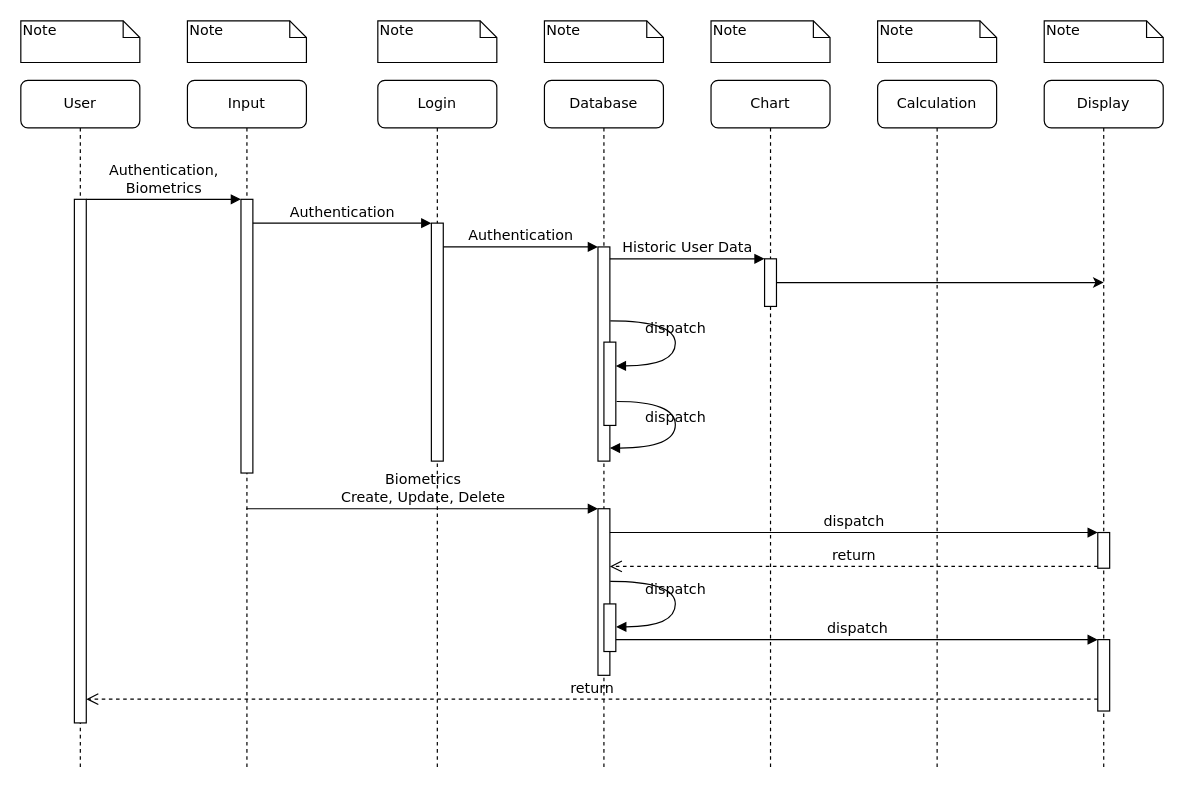
Above: Documentation/Event trace v1.drawio in CMSC495-Group4/health-monitoring-project (draw.io), before the change. Source tidied: cells renumbered, new cells numbered last; positions are measured from the earlier drawing's top-left corner, leaving out a move shared by most shapes. Both pictures are drawn from the tidied source at 119%, with x=0, y=0 at pixel (20, 20).
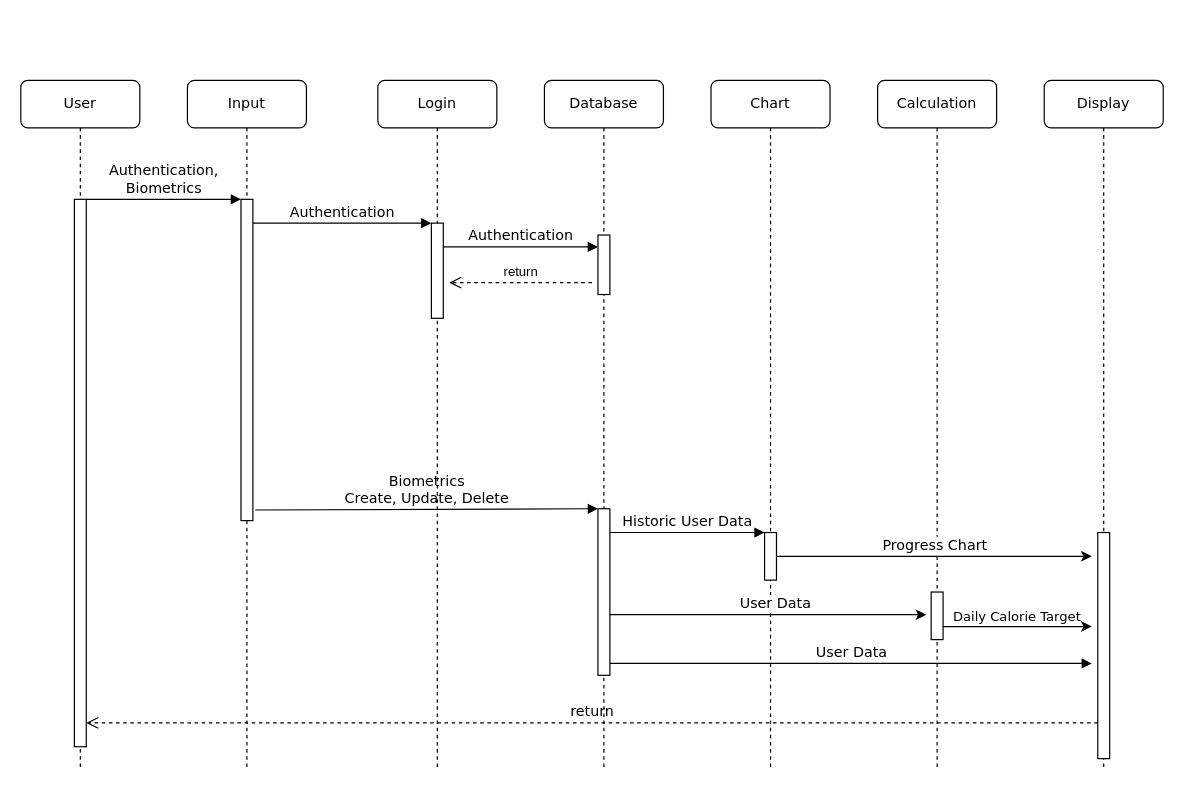
The same page after the edit.

The change refers to these unchanged cells:
```xml
<mxCell id="2" value="Input" style="shape=umlLifeline;perimeter=lifelinePerimeter;whiteSpace=wrap;html=1;outlineConnect=0;rounded=1;shadow=0;comic=0;labelBackgroundColor=none;strokeWidth=1;fontFamily=Verdana;fontSize=12;align=center;" parent="1" vertex="1">
  <mxGeometry x="140" y="50" width="100" height="580" as="geometry" />
</mxCell>
<mxCell id="4" value="Login" style="shape=umlLifeline;perimeter=lifelinePerimeter;whiteSpace=wrap;html=1;rounded=1;shadow=0;comic=0;labelBackgroundColor=none;strokeWidth=1;fontFamily=Verdana;fontSize=12;align=center;" parent="1" vertex="1">
  <mxGeometry x="300" y="50" width="100" height="580" as="geometry" />
</mxCell>
<mxCell id="6" value="Database" style="shape=umlLifeline;perimeter=lifelinePerimeter;whiteSpace=wrap;html=1;rounded=1;shadow=0;comic=0;labelBackgroundColor=none;strokeWidth=1;fontFamily=Verdana;fontSize=12;align=center;" parent="1" vertex="1">
  <mxGeometry x="440" y="50" width="100" height="580" as="geometry" />
</mxCell>
<mxCell id="8" value="Calculation" style="shape=umlLifeline;perimeter=lifelinePerimeter;whiteSpace=wrap;html=1;rounded=1;shadow=0;comic=0;labelBackgroundColor=none;strokeWidth=1;fontFamily=Verdana;fontSize=12;align=center;" parent="1" vertex="1">
  <mxGeometry x="720" y="50" width="100" height="580" as="geometry" />
</mxCell>
<mxCell id="9" value="Display" style="shape=umlLifeline;perimeter=lifelinePerimeter;whiteSpace=wrap;html=1;outlineConnect=0;rounded=1;shadow=0;comic=0;labelBackgroundColor=none;strokeWidth=1;fontFamily=Verdana;fontSize=12;align=center;" parent="1" vertex="1">
  <mxGeometry x="860" y="50" width="100" height="580" as="geometry" />
</mxCell>
<mxCell id="11" value="User" style="shape=umlLifeline;perimeter=lifelinePerimeter;whiteSpace=wrap;html=1;rounded=1;shadow=0;comic=0;labelBackgroundColor=none;strokeWidth=1;fontFamily=Verdana;fontSize=12;align=center;" parent="1" vertex="1">
  <mxGeometry y="50" width="100" height="580" as="geometry" />
</mxCell>
<mxCell id="18" style="html=1;points=[];perimeter=orthogonalPerimeter;rounded=0;shadow=0;comic=0;labelBackgroundColor=none;strokeWidth=1;fontFamily=Verdana;fontSize=12;align=center;" parent="1" vertex="1">
  <mxGeometry x="485" y="410" width="10" height="140" as="geometry" />
</mxCell>
```

Diff of the diagram source:
```diff
@@
     <mxCell id="3" style="html=1;points=[];perimeter=orthogonalPerimeter;rounded=0;shadow=0;comic=0;labelBackgroundColor=none;strokeWidth=1;fontFamily=Verdana;fontSize=12;align=center;" parent="2" vertex="1">
-      <mxGeometry x="45" y="100" width="10" height="230" as="geometry" />
+      <mxGeometry x="45" y="100" width="10" height="270" as="geometry" />
     </mxCell>
@@
     <mxCell id="5" style="html=1;points=[];perimeter=orthogonalPerimeter;rounded=0;shadow=0;comic=0;labelBackgroundColor=none;strokeWidth=1;fontFamily=Verdana;fontSize=12;align=center;" parent="4" vertex="1">
-      <mxGeometry x="45" y="120" width="10" height="200" as="geometry" />
+      <mxGeometry x="45" y="120" width="10" height="80" as="geometry" />
     </mxCell>
@@
+    <mxCell id="13" style="html=1;points=[];perimeter=orthogonalPerimeter;rounded=0;shadow=0;comic=0;labelBackgroundColor=none;strokeWidth=1;fontFamily=Verdana;fontSize=12;align=center;" parent="6" vertex="1">
+      <mxGeometry x="45" y="130" width="10" height="50" as="geometry" />
+    </mxCell>
@@
+    <mxCell id="39" style="html=1;points=[];perimeter=orthogonalPerimeter;rounded=0;shadow=0;comic=0;labelBackgroundColor=none;strokeWidth=1;fontFamily=Verdana;fontSize=12;align=center;" parent="8" vertex="1">
+      <mxGeometry x="45" y="430" width="10" height="40" as="geometry" />
+    </mxCell>
@@
     <mxCell id="10" style="html=1;points=[];perimeter=orthogonalPerimeter;rounded=0;shadow=0;comic=0;labelBackgroundColor=none;strokeWidth=1;fontFamily=Verdana;fontSize=12;align=center;" parent="9" vertex="1">
-      <mxGeometry x="45" y="470" width="10" height="60" as="geometry" />
+      <mxGeometry x="45" y="380" width="10" height="190" as="geometry" />
     </mxCell>
@@
     <mxCell id="12" style="html=1;points=[];perimeter=orthogonalPerimeter;rounded=0;shadow=0;comic=0;labelBackgroundColor=none;strokeWidth=1;fontFamily=Verdana;fontSize=12;align=center;" parent="11" vertex="1">
-      <mxGeometry x="45" y="100" width="10" height="440" as="geometry" />
+      <mxGeometry x="45" y="100" width="10" height="460" as="geometry" />
     </mxCell>
-    <mxCell id="13" style="html=1;points=[];perimeter=orthogonalPerimeter;rounded=0;shadow=0;comic=0;labelBackgroundColor=none;strokeWidth=1;fontFamily=Verdana;fontSize=12;align=center;" parent="1" vertex="1">
-      <mxGeometry x="485" y="190" width="10" height="180" as="geometry" />
-    </mxCell>
@@
-    <mxCell id="15" style="edgeStyle=orthogonalEdgeStyle;rounded=0;jettySize=auto;html=1;entryX=0.5;entryY=0.293;entryDx=0;entryDy=0;entryPerimeter=0;" parent="1" edge="1" source="16" target="9">
-      <mxGeometry relative="1" as="geometry" />
-    </mxCell>
     <mxCell id="16" style="html=1;points=[];perimeter=orthogonalPerimeter;rounded=0;shadow=0;comic=0;labelBackgroundColor=none;strokeWidth=1;fontFamily=Verdana;fontSize=12;align=center;" parent="1" vertex="1">
-      <mxGeometry x="625" y="200" width="10" height="40" as="geometry" />
+      <mxGeometry x="625" y="430" width="10" height="40" as="geometry" />
     </mxCell>
-    <mxCell id="17" value="Historic User Data" style="html=1;verticalAlign=bottom;endArrow=block;entryX=0;entryY=0;labelBackgroundColor=none;fontFamily=Verdana;fontSize=12;edgeStyle=elbowEdgeStyle;elbow=vertical;" parent="1" edge="1" source="13" target="16">
-      <mxGeometry relative="1" as="geometry" />
-    </mxCell>
@@
-    <mxCell id="19" value="Biometrics&lt;br&gt;Create, Update, Delete" style="html=1;verticalAlign=bottom;endArrow=block;entryX=0;entryY=0;labelBackgroundColor=none;fontFamily=Verdana;fontSize=12;" parent="1" edge="1" source="2" target="18">
+    <mxCell id="19" value="Biometrics&lt;br&gt;Create, Update, Delete" style="html=1;verticalAlign=bottom;endArrow=block;entryX=0;entryY=0;labelBackgroundColor=none;fontFamily=Verdana;fontSize=12;exitX=1.2;exitY=0.967;exitDx=0;exitDy=0;exitPerimeter=0;" parent="1" edge="1" source="3" target="18">
       <mxGeometry relative="1" as="geometry" />
     </mxCell>
-    <mxCell id="20" style="html=1;points=[];perimeter=orthogonalPerimeter;rounded=0;shadow=0;comic=0;labelBackgroundColor=none;strokeColor=#000000;strokeWidth=1;fillColor=#FFFFFF;fontFamily=Verdana;fontSize=12;fontColor=#000000;align=center;" parent="1" vertex="1">
-      <mxGeometry x="905" y="430" width="10" height="30" as="geometry" />
-    </mxCell>
-    <mxCell id="21" value="dispatch" style="html=1;verticalAlign=bottom;endArrow=block;entryX=0;entryY=0;labelBackgroundColor=none;fontFamily=Verdana;fontSize=12;" parent="1" edge="1" source="18" target="20">
-      <mxGeometry relative="1" as="geometry" />
-    </mxCell>
-    <mxCell id="22" value="return" style="html=1;verticalAlign=bottom;endArrow=open;dashed=1;endSize=8;exitX=0;exitY=0.95;labelBackgroundColor=none;fontFamily=Verdana;fontSize=12;" parent="1" edge="1" source="20" target="18">
-      <mxGeometry relative="1" as="geometry" />
-    </mxCell>
-    <mxCell id="23" value="dispatch" style="html=1;verticalAlign=bottom;endArrow=block;entryX=0;entryY=0;labelBackgroundColor=none;fontFamily=Verdana;fontSize=12;edgeStyle=elbowEdgeStyle;elbow=vertical;" parent="1" edge="1" source="30" target="10">
-      <mxGeometry relative="1" as="geometry" />
-    </mxCell>
     <mxCell id="24" value="return" style="html=1;verticalAlign=bottom;endArrow=open;dashed=1;endSize=8;labelBackgroundColor=none;fontFamily=Verdana;fontSize=12;edgeStyle=elbowEdgeStyle;elbow=vertical;" parent="1" edge="1" source="10" target="12">
       <mxGeometry relative="1" as="geometry">
         <Array as="points">
+          <mxPoint x="850" y="590" />
+          <mxPoint x="590" y="580" />
           <mxPoint x="470" y="570" />
         </Array>
       </mxGeometry>
     </mxCell>
@@
-    <mxCell id="27" style="html=1;points=[];perimeter=orthogonalPerimeter;rounded=0;shadow=0;comic=0;labelBackgroundColor=none;strokeWidth=1;fontFamily=Verdana;fontSize=12;align=center;" parent="1" vertex="1">
-      <mxGeometry x="490" y="270" width="10" height="70" as="geometry" />
-    </mxCell>
-    <mxCell id="28" value="dispatch" style="html=1;verticalAlign=bottom;endArrow=block;labelBackgroundColor=none;fontFamily=Verdana;fontSize=12;elbow=vertical;edgeStyle=orthogonalEdgeStyle;curved=1;entryX=1;entryY=0.286;entryPerimeter=0;exitX=1.038;exitY=0.345;exitPerimeter=0;" parent="1" edge="1" source="13" target="27">
-      <mxGeometry relative="1" as="geometry">
-        <Array as="points">
-          <mxPoint x="550" y="252" />
-          <mxPoint x="550" y="290" />
-        </Array>
-      </mxGeometry>
-    </mxCell>
-    <mxCell id="29" value="dispatch" style="html=1;verticalAlign=bottom;endArrow=block;labelBackgroundColor=none;fontFamily=Verdana;fontSize=12;elbow=vertical;edgeStyle=orthogonalEdgeStyle;curved=1;exitX=1.066;exitY=0.713;exitPerimeter=0;" parent="1" edge="1" source="27">
-      <mxGeometry relative="1" as="geometry">
-        <mxPoint x="495" y="359" as="targetPoint" />
-        <Array as="points">
-          <mxPoint x="550" y="320" />
-          <mxPoint x="550" y="359" />
-        </Array>
-      </mxGeometry>
-    </mxCell>
-    <mxCell id="30" style="html=1;points=[];perimeter=orthogonalPerimeter;rounded=0;shadow=0;comic=0;labelBackgroundColor=none;strokeWidth=1;fontFamily=Verdana;fontSize=12;align=center;" parent="1" vertex="1">
-      <mxGeometry x="490" y="490" width="10" height="40" as="geometry" />
-    </mxCell>
-    <mxCell id="31" value="dispatch" style="html=1;verticalAlign=bottom;endArrow=block;labelBackgroundColor=none;fontFamily=Verdana;fontSize=12;elbow=vertical;edgeStyle=orthogonalEdgeStyle;curved=1;entryX=1;entryY=0.286;entryPerimeter=0;exitX=1.038;exitY=0.345;exitPerimeter=0;" parent="1" edge="1">
-      <mxGeometry relative="1" as="geometry">
-        <mxPoint x="495.3" y="471" as="sourcePoint" />
-        <mxPoint x="500.3" y="509.3" as="targetPoint" />
-        <Array as="points">
-          <mxPoint x="550" y="471" />
-          <mxPoint x="550" y="509" />
-        </Array>
-      </mxGeometry>
-    </mxCell>
-    <mxCell id="32" value="Note" style="shape=note;whiteSpace=wrap;html=1;size=14;verticalAlign=top;align=left;spacingTop=-6;rounded=0;shadow=0;comic=0;labelBackgroundColor=none;strokeWidth=1;fontFamily=Verdana;fontSize=12;" parent="1" vertex="1">
-      <mxGeometry width="100" height="35" as="geometry" />
-    </mxCell>
-    <mxCell id="33" value="Note" style="shape=note;whiteSpace=wrap;html=1;size=14;verticalAlign=top;align=left;spacingTop=-6;rounded=0;shadow=0;comic=0;labelBackgroundColor=none;strokeWidth=1;fontFamily=Verdana;fontSize=12;" parent="1" vertex="1">
-      <mxGeometry x="140" width="100" height="35" as="geometry" />
-    </mxCell>
-    <mxCell id="34" value="Note" style="shape=note;whiteSpace=wrap;html=1;size=14;verticalAlign=top;align=left;spacingTop=-6;rounded=0;shadow=0;comic=0;labelBackgroundColor=none;strokeWidth=1;fontFamily=Verdana;fontSize=12;" parent="1" vertex="1">
-      <mxGeometry x="300" width="100" height="35" as="geometry" />
-    </mxCell>
-    <mxCell id="35" value="Note" style="shape=note;whiteSpace=wrap;html=1;size=14;verticalAlign=top;align=left;spacingTop=-6;rounded=0;shadow=0;comic=0;labelBackgroundColor=none;strokeWidth=1;fontFamily=Verdana;fontSize=12;" parent="1" vertex="1">
-      <mxGeometry x="440" width="100" height="35" as="geometry" />
-    </mxCell>
-    <mxCell id="36" value="Note" style="shape=note;whiteSpace=wrap;html=1;size=14;verticalAlign=top;align=left;spacingTop=-6;rounded=0;shadow=0;comic=0;labelBackgroundColor=none;strokeWidth=1;fontFamily=Verdana;fontSize=12;" parent="1" vertex="1">
-      <mxGeometry x="580" width="100" height="35" as="geometry" />
-    </mxCell>
-    <mxCell id="37" value="Note" style="shape=note;whiteSpace=wrap;html=1;size=14;verticalAlign=top;align=left;spacingTop=-6;rounded=0;shadow=0;comic=0;labelBackgroundColor=none;strokeWidth=1;fontFamily=Verdana;fontSize=12;" parent="1" vertex="1">
-      <mxGeometry x="720" width="100" height="35" as="geometry" />
-    </mxCell>
-    <mxCell id="38" value="Note" style="shape=note;whiteSpace=wrap;html=1;size=14;verticalAlign=top;align=left;spacingTop=-6;rounded=0;shadow=0;comic=0;labelBackgroundColor=none;strokeWidth=1;fontFamily=Verdana;fontSize=12;" parent="1" vertex="1">
-      <mxGeometry x="860" width="100" height="35" as="geometry" />
-    </mxCell>
+    <mxCell id="40" style="edgeStyle=orthogonalEdgeStyle;rounded=0;orthogonalLoop=1;jettySize=auto;html=1;" parent="1" edge="1">
+      <mxGeometry relative="1" as="geometry">
+        <mxPoint x="495" y="499" as="sourcePoint" />
+        <mxPoint x="761" y="499" as="targetPoint" />
+        <Array as="points">
+          <mxPoint x="560" y="499" />
+          <mxPoint x="560" y="499" />
+        </Array>
+      </mxGeometry>
+    </mxCell>
+    <mxCell id="41" value="&lt;font face=&quot;Verdana&quot; style=&quot;font-size: 12px&quot;&gt;User Data&lt;/font&gt;" style="edgeLabel;html=1;align=center;verticalAlign=middle;" parent="40" vertex="1">
+      <mxGeometry x="-0.18" relative="1" as="geometry">
+        <mxPoint x="29" y="-9.9" as="offset" />
+      </mxGeometry>
+    </mxCell>
+    <mxCell id="42" style="edgeStyle=orthogonalEdgeStyle;rounded=0;jettySize=auto;html=1;exitX=1;exitY=0.725;exitDx=0;exitDy=0;exitPerimeter=0;" parent="1" edge="1" source="39">
+      <mxGeometry relative="1" as="geometry">
+        <mxPoint x="900" y="509" as="targetPoint" />
+        <Array as="points">
+          <mxPoint x="870" y="509" />
+          <mxPoint x="870" y="509" />
+        </Array>
+      </mxGeometry>
+    </mxCell>
+    <mxCell id="43" value="&lt;font face=&quot;Verdana&quot; style=&quot;font-size: 11px&quot;&gt;Daily Calorie Target&lt;/font&gt;" style="edgeLabel;html=1;align=center;verticalAlign=middle;" parent="42" vertex="1">
+      <mxGeometry x="-0.18" relative="1" as="geometry">
+        <mxPoint x="10" y="-9" as="offset" />
+      </mxGeometry>
+    </mxCell>
+    <mxCell id="44" style="edgeStyle=orthogonalEdgeStyle;rounded=0;orthogonalLoop=1;jettySize=auto;html=1;" parent="1" edge="1">
+      <mxGeometry relative="1" as="geometry">
+        <mxPoint x="635" y="450" as="sourcePoint" />
+        <mxPoint x="900" y="450" as="targetPoint" />
+        <Array as="points">
+          <mxPoint x="840" y="450" />
+          <mxPoint x="840" y="450" />
+        </Array>
+      </mxGeometry>
+    </mxCell>
+    <mxCell id="45" value="&lt;font face=&quot;Verdana&quot; style=&quot;font-size: 12px&quot;&gt;Progress Chart&lt;/font&gt;" style="edgeLabel;html=1;align=center;verticalAlign=middle;" parent="44" vertex="1">
+      <mxGeometry x="-0.18" relative="1" as="geometry">
+        <mxPoint x="23" y="-9.9" as="offset" />
+      </mxGeometry>
+    </mxCell>
+    <mxCell id="17" value="Historic User Data" style="html=1;verticalAlign=bottom;endArrow=block;entryX=0;entryY=0;labelBackgroundColor=none;fontFamily=Verdana;fontSize=12;edgeStyle=elbowEdgeStyle;elbow=vertical;" parent="1" edge="1">
+      <mxGeometry relative="1" as="geometry">
+        <mxPoint x="495" y="430" as="sourcePoint" />
+        <mxPoint x="625" y="430" as="targetPoint" />
+      </mxGeometry>
+    </mxCell>
+    <mxCell id="46" value="User Data" style="html=1;verticalAlign=bottom;endArrow=block;labelBackgroundColor=none;fontFamily=Verdana;fontSize=12;edgeStyle=elbowEdgeStyle;elbow=vertical;" parent="1" edge="1">
+      <mxGeometry relative="1" as="geometry">
+        <mxPoint x="495" y="540" as="sourcePoint" />
+        <mxPoint x="900" y="540" as="targetPoint" />
+      </mxGeometry>
+    </mxCell>
+    <mxCell id="22" value="return" style="html=1;verticalAlign=bottom;endArrow=open;dashed=1;endSize=8;" parent="1" edge="1">
+      <mxGeometry relative="1" as="geometry">
+        <mxPoint x="480" y="220" as="sourcePoint" />
+        <mxPoint x="360" y="220" as="targetPoint" />
+      </mxGeometry>
+    </mxCell>
```
